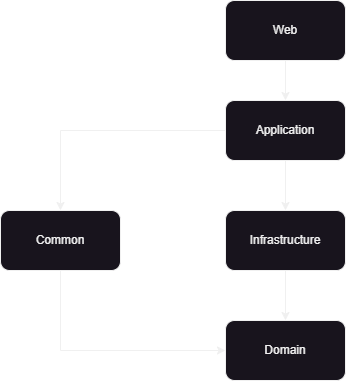
Above: ntier-arch.png in kirollos-hany/NTierArchitectureTemplate (draw.io), before the change. Source tidied: cells renumbered, new cells last; positions are measured from the earlier drawing's top-left corner, leaving out a move shared by most shapes.
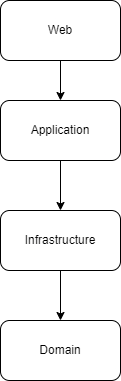
Later version of the same file.

What changed in the source:
```diff
@@ -11,9 +11,6 @@
     <mxCell id="4" style="edgeStyle=orthogonalEdgeStyle;rounded=0;jettySize=auto;html=1;entryX=0.5;entryY=0;entryDx=0;entryDy=0;" parent="1" edge="1" source="6" target="8">
       <mxGeometry relative="1" as="geometry" />
     </mxCell>
-    <mxCell id="5" style="edgeStyle=orthogonalEdgeStyle;rounded=0;jettySize=auto;html=1;entryX=0.5;entryY=0;entryDx=0;entryDy=0;" parent="1" edge="1" source="6" target="10">
-      <mxGeometry relative="1" as="geometry" />
-    </mxCell>
     <mxCell id="6" value="Application" style="rounded=1;whiteSpace=wrap;html=1;" parent="1" vertex="1">
       <mxGeometry x="225" y="100" width="120" height="60" as="geometry" />
     </mxCell>
@@ -23,16 +20,6 @@
     <mxCell id="8" value="Infrastructure" style="rounded=1;whiteSpace=wrap;html=1;" parent="1" vertex="1">
       <mxGeometry x="225" y="210" width="120" height="60" as="geometry" />
     </mxCell>
-    <mxCell id="9" style="edgeStyle=orthogonalEdgeStyle;rounded=0;jettySize=auto;html=1;entryX=0;entryY=0.5;entryDx=0;entryDy=0;" parent="1" edge="1" source="10" target="11">
-      <mxGeometry relative="1" as="geometry">
-        <Array as="points">
-          <mxPoint x="60" y="350" />
-        </Array>
-      </mxGeometry>
-    </mxCell>
-    <mxCell id="10" value="Common" style="rounded=1;whiteSpace=wrap;html=1;" parent="1" vertex="1">
-      <mxGeometry y="210" width="120" height="60" as="geometry" />
-    </mxCell>
     <mxCell id="11" value="Domain" style="rounded=1;whiteSpace=wrap;html=1;" parent="1" vertex="1">
       <mxGeometry x="225" y="320" width="120" height="60" as="geometry" />
     </mxCell>
```
